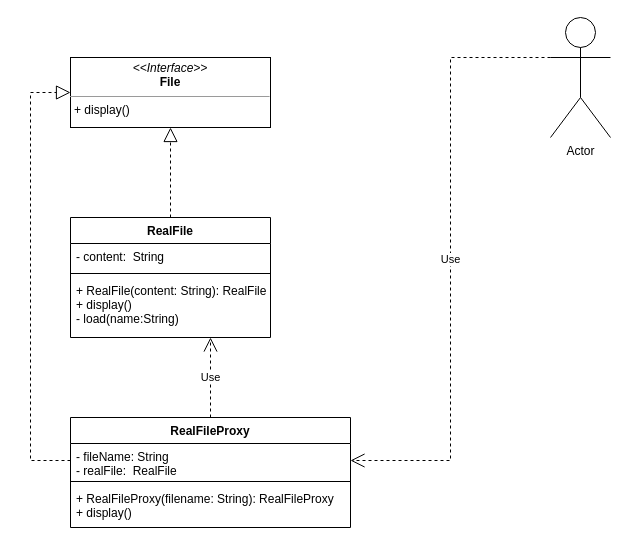
Before: src/structural/proxy/proxy.drawio in SichniyAndriy/Avada_Task-5_Patterns, a draw.io diagram. Source tidied: cells renumbered, new cells numbered last; positions are measured from the earlier drawing's top-left corner, leaving out a move shared by most shapes. Both pictures are drawn from the tidied source at 100%, with x=0, y=0 at pixel (30, 17).
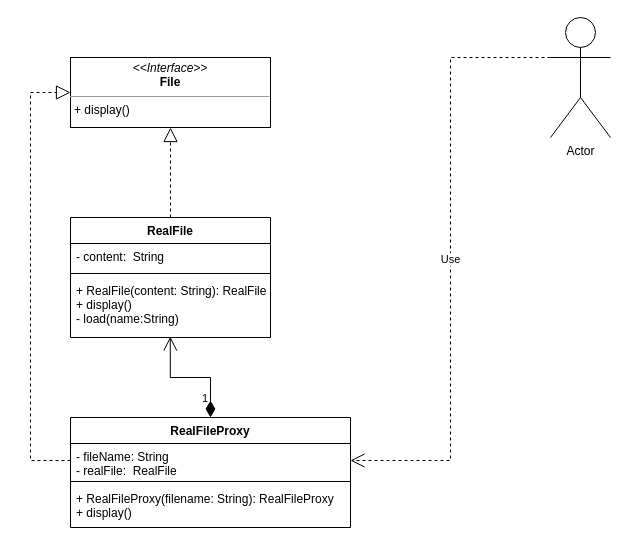
Above is the later version.

Commit message (it also covers changes not shown here):
add client's code

Change to the diagram source:
```diff
@@
 <mxGraphModel>
   <root>
     <mxCell id="0" />
     <mxCell id="1" parent="0" />
     <mxCell id="2" value="&lt;p style=&quot;margin:0px;margin-top:4px;text-align:center;&quot;&gt;&lt;i&gt;&amp;lt;&amp;lt;Interface&amp;gt;&amp;gt;&lt;/i&gt;&lt;br&gt;&lt;b&gt;File&lt;/b&gt;&lt;/p&gt;&lt;hr size=&quot;1&quot;&gt;&lt;p style=&quot;margin:0px;margin-left:4px;&quot;&gt;&lt;span style=&quot;background-color: initial;&quot;&gt;+ display()&lt;/span&gt;&lt;/p&gt;" style="verticalAlign=top;align=left;overflow=fill;fontSize=12;fontFamily=Helvetica;html=1;" parent="1" vertex="1">
       <mxGeometry x="40" y="40" width="200" height="70" as="geometry" />
     </mxCell>
     <mxCell id="3" value="RealFile" style="swimlane;fontStyle=1;align=center;verticalAlign=top;horizontal=1;startSize=26;" parent="1" vertex="1">
       <mxGeometry x="40" y="200" width="200" height="120" as="geometry" />
     </mxCell>
     <mxCell id="4" value="- content:  String" style="text;strokeColor=none;fillColor=none;align=left;verticalAlign=top;spacingLeft=4;spacingRight=4;overflow=hidden;" parent="3" vertex="1">
       <mxGeometry y="26" width="200" height="26" as="geometry" />
     </mxCell>
     <mxCell id="5" style="line;strokeWidth=1;fillColor=none;align=left;verticalAlign=middle;spacingTop=-1;spacingLeft=3;spacingRight=3;labelPosition=right;strokeColor=inherit;" parent="3" vertex="1">
       <mxGeometry y="52" width="200" height="8" as="geometry" />
     </mxCell>
     <mxCell id="6" value="+ RealFile(content: String): RealFile&#10;+ display()&#10;- load(name:String)" style="text;strokeColor=none;fillColor=none;align=left;verticalAlign=top;spacingLeft=4;spacingRight=4;overflow=hidden;points=[[0,0.5],[1,0.5]];portConstraint=eastwest;" parent="3" vertex="1">
       <mxGeometry y="60" width="200" height="60" as="geometry" />
     </mxCell>
     <mxCell id="7" style="endArrow=block;dashed=1;endFill=0;endSize=12;html=1;rounded=0;exitX=0.5;exitY=0;exitDx=0;exitDy=0;entryX=0.5;entryY=1;entryDx=0;entryDy=0;" parent="1" edge="1" source="3" target="2">
       <mxGeometry relative="1" as="geometry" />
     </mxCell>
     <mxCell id="8" value="RealFileProxy" style="swimlane;fontStyle=1;align=center;verticalAlign=top;horizontal=1;startSize=26;" parent="1" vertex="1">
       <mxGeometry x="40" y="400" width="280" height="110" as="geometry" />
     </mxCell>
     <mxCell id="9" value="- fileName: String&#10;- realFile:  RealFile" style="text;strokeColor=none;fillColor=none;align=left;verticalAlign=top;spacingLeft=4;spacingRight=4;overflow=hidden;points=[[0,0.5],[1,0.5]];portConstraint=eastwest;" parent="8" vertex="1">
       <mxGeometry y="26" width="280" height="34" as="geometry" />
     </mxCell>
     <mxCell id="10" style="line;strokeWidth=1;fillColor=none;align=left;verticalAlign=middle;spacingTop=-1;spacingLeft=3;spacingRight=3;labelPosition=right;strokeColor=inherit;" parent="8" vertex="1">
       <mxGeometry y="60" width="280" height="8" as="geometry" />
     </mxCell>
     <mxCell id="11" value="+ RealFileProxy(filename: String): RealFileProxy&#10;+ display()" style="text;strokeColor=none;fillColor=none;align=left;verticalAlign=top;spacingLeft=4;spacingRight=4;overflow=hidden;" parent="8" vertex="1">
       <mxGeometry y="68" width="280" height="42" as="geometry" />
     </mxCell>
     <mxCell id="12" style="endArrow=block;dashed=1;endFill=0;endSize=12;html=1;rounded=0;entryX=0;entryY=0.5;entryDx=0;entryDy=0;exitX=0;exitY=0.5;exitDx=0;exitDy=0;" parent="1" edge="1" source="9" target="2">
       <mxGeometry relative="1" as="geometry">
         <Array as="points">
           <mxPoint y="443" />
           <mxPoint y="75" />
         </Array>
       </mxGeometry>
     </mxCell>
     <mxCell id="13" value="Actor" style="shape=umlActor;verticalLabelPosition=bottom;verticalAlign=top;html=1;outlineConnect=0;" parent="1" vertex="1">
       <mxGeometry x="520" width="60" height="120" as="geometry" />
     </mxCell>
     <mxCell id="14" value="Use" style="endArrow=open;endSize=12;dashed=1;html=1;rounded=0;exitX=0;exitY=0.3333333333333333;exitDx=0;exitDy=0;exitPerimeter=0;entryX=1;entryY=0.5;entryDx=0;entryDy=0;" parent="1" edge="1" source="13" target="9">
       <mxGeometry relative="1" as="geometry">
         <Array as="points">
           <mxPoint x="420" y="40" />
           <mxPoint x="420" y="443" />
         </Array>
       </mxGeometry>
     </mxCell>
-    <mxCell id="15" value="Use" style="endArrow=open;endSize=12;dashed=1;html=1;rounded=0;exitX=0.5;exitY=0;exitDx=0;exitDy=0;entryX=0.7;entryY=1;entryDx=0;entryDy=0;entryPerimeter=0;" parent="1" edge="1" source="8" target="6">
-      <mxGeometry relative="1" as="geometry" />
+    <mxCell id="15" value="1" style="endArrow=open;html=1;endSize=12;startArrow=diamondThin;startSize=14;startFill=1;edgeStyle=orthogonalEdgeStyle;align=left;verticalAlign=bottom;rounded=0;exitX=0.5;exitY=0;exitDx=0;exitDy=0;entryX=0.499;entryY=0.984;entryDx=0;entryDy=0;entryPerimeter=0;" parent="1" edge="1" source="8" target="6">
+      <mxGeometry x="-0.84" y="10" relative="1" as="geometry" />
     </mxCell>
   </root>
 </mxGraphModel>
```
